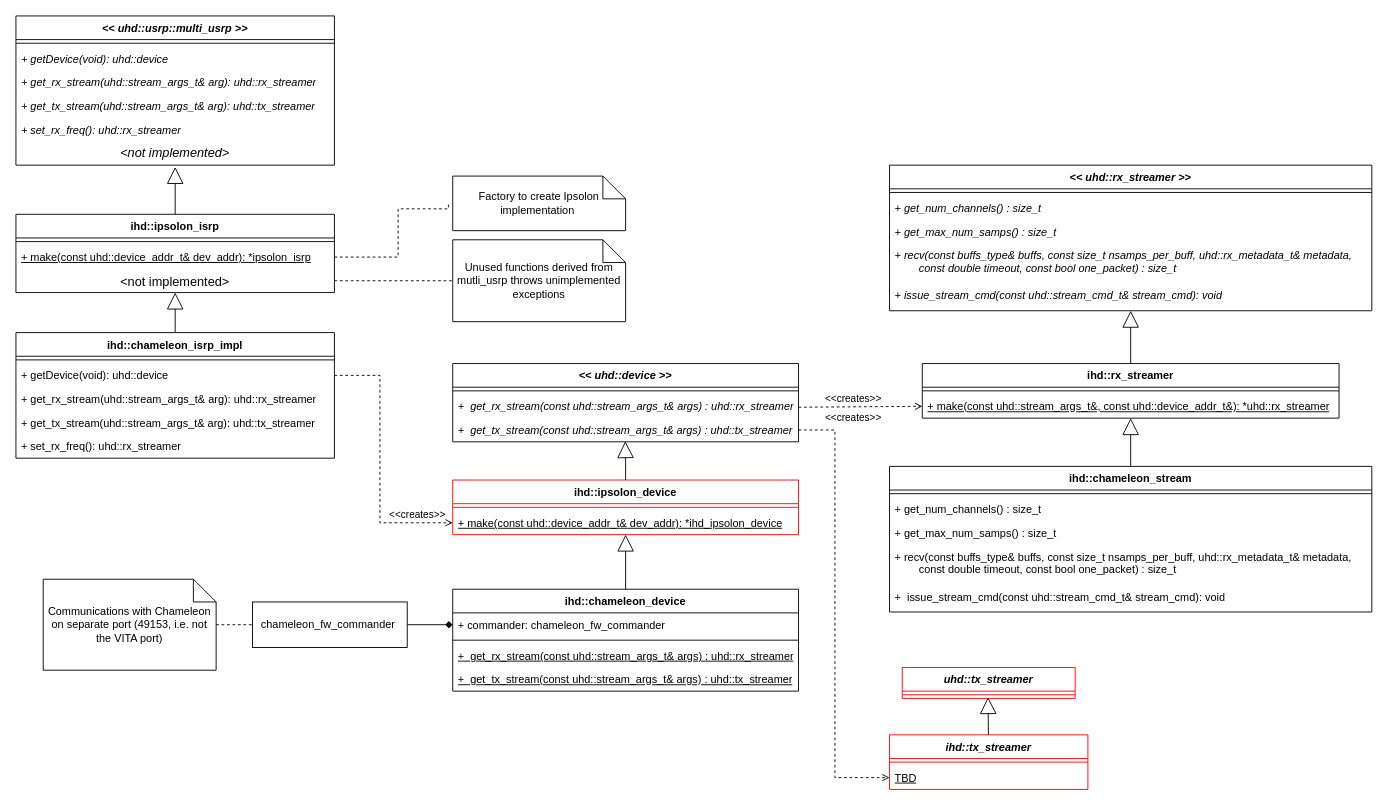
Above: doc/drawings/IHD.drawio in ipsolon/ihd (draw.io), before the change. Source tidied: cells renumbered, new cells numbered last; positions are measured from the earlier drawing's top-left corner, leaving out a move shared by most shapes. Both pictures are drawn from the tidied source at 91%, with x=0, y=0 at pixel (15, 15).
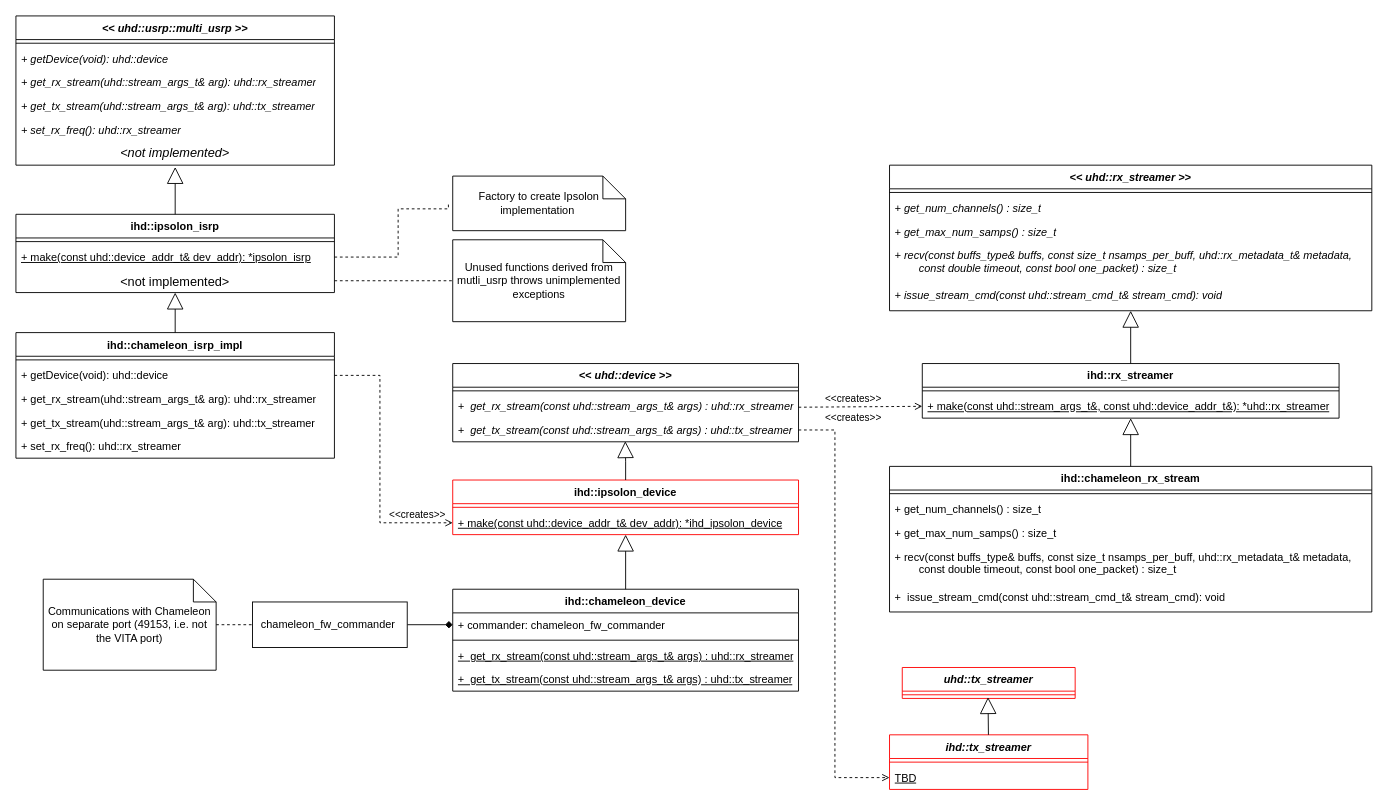
After the change.

Change to the diagram source:
```diff
@@
-    <mxCell id="58" value="&lt;span style=&quot;font-style: normal;&quot;&gt;ihd::chameleon_stream&lt;/span&gt;" style="swimlane;fontStyle=3;align=center;verticalAlign=top;horizontal=1;startSize=26;whiteSpace=wrap;html=1;" parent="1" vertex="1">
+    <mxCell id="58" value="&lt;span style=&quot;font-style: normal;&quot;&gt;ihd::chameleon_rx_stream&lt;/span&gt;" style="swimlane;fontStyle=3;align=center;verticalAlign=top;horizontal=1;startSize=26;whiteSpace=wrap;html=1;" parent="1" vertex="1">
       <mxGeometry x="960" y="495" width="530" height="160" as="geometry" />
     </mxCell>
```
